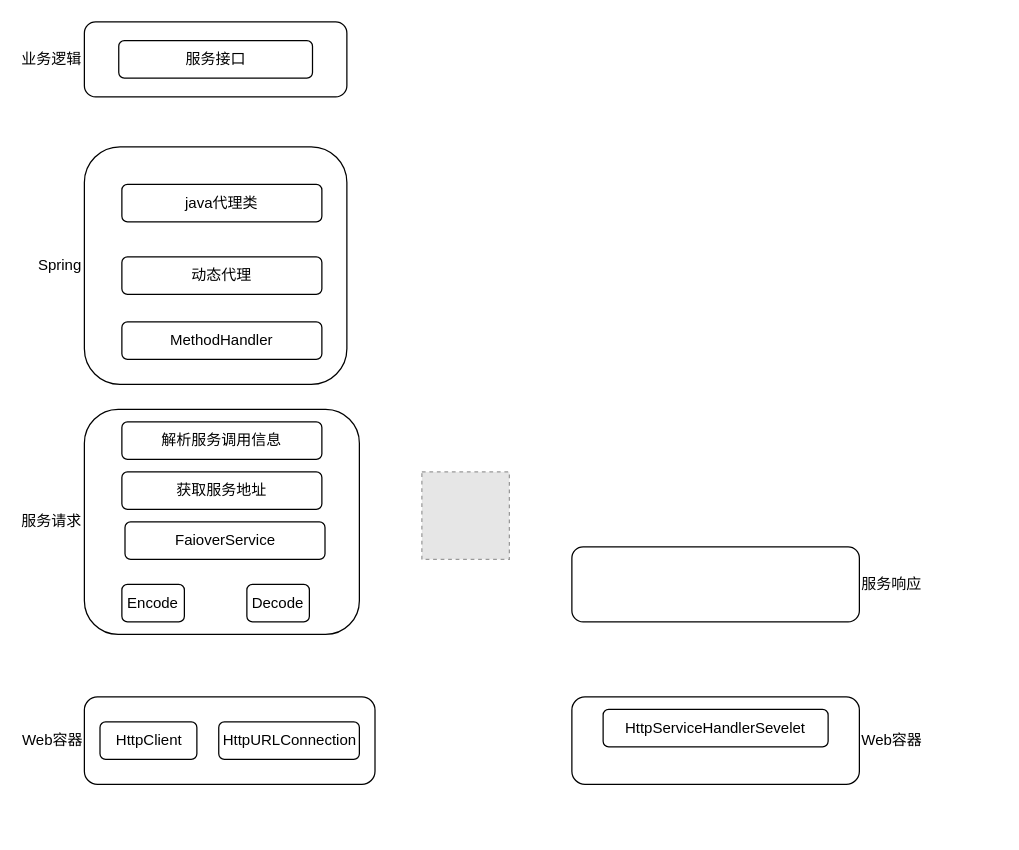
Above: page "微服务发现" (2 of 3) of uapp.drawio in jiajw0426/docsify (draw.io), before the change. Source tidied: cells renumbered, new cells numbered last; positions are measured from the earlier drawing's top-left corner, leaving out a move shared by most shapes. Both pictures are drawn from the tidied source at 125%, with x=0, y=0 at pixel (84, 21). Pictures stored in the file or linked from it are replaced by grey dashed boxes.
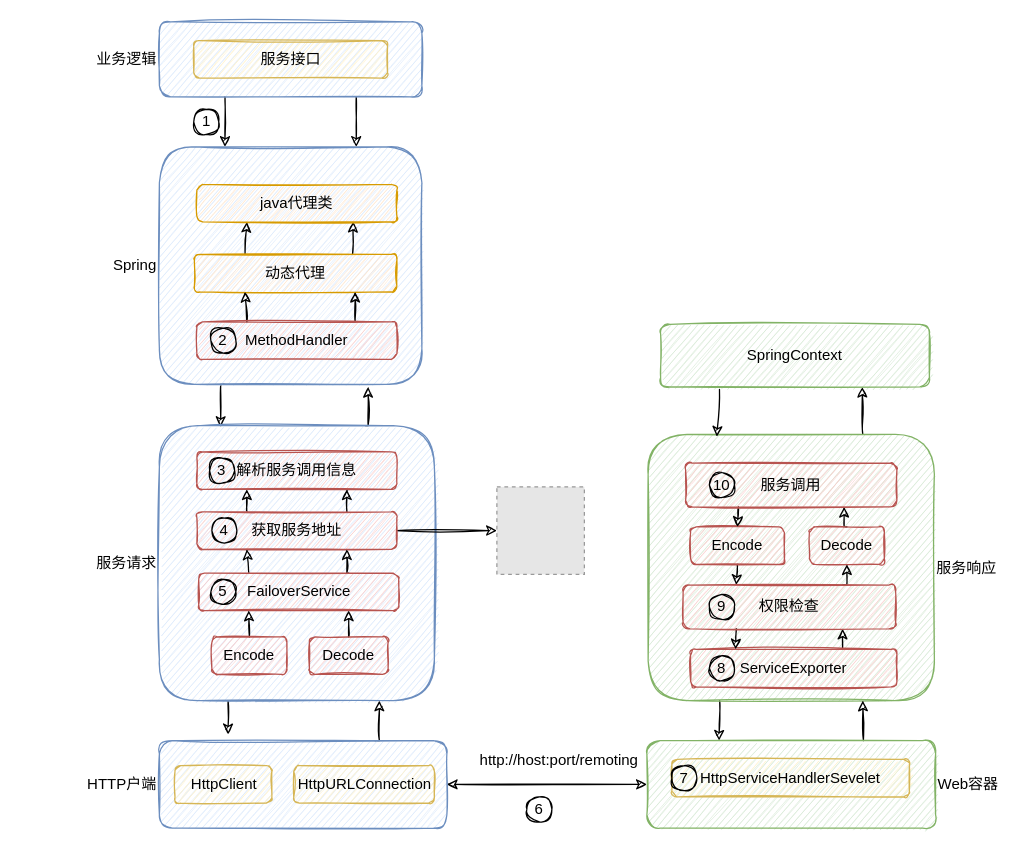
After the change.

The edit, as a diff of the source:
```diff
@@
+    <mxCell id="21" style="edgeStyle=orthogonalEdgeStyle;rounded=0;jettySize=auto;html=1;exitX=0.75;exitY=1;exitDx=0;exitDy=0;entryX=0.75;entryY=0;entryDx=0;entryDy=0;sketch=1;" parent="1" edge="1" source="2" target="3">
+      <mxGeometry relative="1" as="geometry" />
+    </mxCell>
+    <mxCell id="22" style="edgeStyle=orthogonalEdgeStyle;rounded=0;jettySize=auto;html=1;exitX=0.25;exitY=1;exitDx=0;exitDy=0;entryX=0.25;entryY=0;entryDx=0;entryDy=0;sketch=1;" parent="1" edge="1" source="2" target="3">
+      <mxGeometry relative="1" as="geometry" />
+    </mxCell>
-    <mxCell id="2" value="业务逻辑" style="rounded=1;whiteSpace=wrap;html=1;textDirection=ltr;labelPosition=left;verticalLabelPosition=middle;align=right;verticalAlign=middle;" parent="1" vertex="1">
-      <mxGeometry width="210" height="60" as="geometry" />
+    <mxCell id="2" value="业务逻辑" style="rounded=1;whiteSpace=wrap;html=1;textDirection=ltr;labelPosition=left;verticalLabelPosition=middle;align=right;verticalAlign=middle;fillColor=#dae8fc;strokeColor=#6c8ebf;sketch=1;" parent="1" vertex="1">
+      <mxGeometry x="60" width="210" height="60" as="geometry" />
     </mxCell>
+    <mxCell id="23" style="edgeStyle=orthogonalEdgeStyle;rounded=0;jettySize=auto;html=1;exitX=0.25;exitY=1;exitDx=0;exitDy=0;entryX=0.223;entryY=0.005;entryDx=0;entryDy=0;entryPerimeter=0;sketch=1;" parent="1" edge="1" source="3" target="9">
+      <mxGeometry relative="1" as="geometry" />
+    </mxCell>
-    <mxCell id="3" value="Spring" style="rounded=1;whiteSpace=wrap;html=1;labelPosition=left;verticalLabelPosition=middle;align=right;verticalAlign=middle;" parent="1" vertex="1">
-      <mxGeometry y="100" width="210" height="190" as="geometry" />
+    <mxCell id="3" value="Spring" style="rounded=1;whiteSpace=wrap;html=1;labelPosition=left;verticalLabelPosition=middle;align=right;verticalAlign=middle;fillColor=#dae8fc;strokeColor=#6c8ebf;sketch=1;" parent="1" vertex="1">
+      <mxGeometry x="60" y="100" width="210" height="190" as="geometry" />
     </mxCell>
-    <mxCell id="4" value="服务接口" style="rounded=1;whiteSpace=wrap;html=1;" parent="1" vertex="1">
-      <mxGeometry x="27.5" y="15" width="155" height="30" as="geometry" />
+    <mxCell id="4" value="服务接口" style="rounded=1;whiteSpace=wrap;html=1;fillColor=#fff2cc;strokeColor=#d6b656;sketch=1;" parent="1" vertex="1">
+      <mxGeometry x="87.5" y="15" width="155" height="30" as="geometry" />
     </mxCell>
+    <mxCell id="24" style="edgeStyle=orthogonalEdgeStyle;rounded=0;orthogonalLoop=1;jettySize=auto;html=1;exitX=0.75;exitY=0;exitDx=0;exitDy=0;entryX=0.75;entryY=1;entryDx=0;entryDy=0;startArrow=none;startFill=0;sketch=1;" parent="1" edge="1">
+      <mxGeometry relative="1" as="geometry">
+        <mxPoint x="214.5" y="186" as="sourcePoint" />
+        <mxPoint x="215" y="160" as="targetPoint" />
+      </mxGeometry>
+    </mxCell>
+    <mxCell id="25" style="edgeStyle=none;rounded=0;jettySize=auto;html=1;exitX=0.25;exitY=0;exitDx=0;exitDy=0;entryX=0.25;entryY=1;entryDx=0;entryDy=0;startArrow=none;startFill=0;sketch=1;" parent="1" edge="1" source="5" target="12">
+      <mxGeometry relative="1" as="geometry" />
+    </mxCell>
-    <mxCell id="5" value="动态代理" style="rounded=1;whiteSpace=wrap;html=1;" parent="1" vertex="1">
-      <mxGeometry x="30" y="188" width="160" height="30" as="geometry" />
+    <mxCell id="5" value="动态代理" style="rounded=1;whiteSpace=wrap;html=1;fillColor=#ffe6cc;strokeColor=#d79b00;sketch=1;" parent="1" vertex="1">
+      <mxGeometry x="88" y="186" width="162" height="30" as="geometry" />
     </mxCell>
+    <mxCell id="26" style="edgeStyle=orthogonalEdgeStyle;rounded=0;jettySize=auto;html=1;exitX=0.75;exitY=0;exitDx=0;exitDy=0;entryX=0.8;entryY=1;entryDx=0;entryDy=0;entryPerimeter=0;sketch=1;" parent="1" edge="1" source="6" target="9">
+      <mxGeometry relative="1" as="geometry" />
+    </mxCell>
+    <mxCell id="27" style="edgeStyle=orthogonalEdgeStyle;rounded=0;jettySize=auto;html=1;entryX=0;entryY=0.5;entryDx=0;entryDy=0;startArrow=classic;startFill=1;sketch=1;" parent="1" edge="1" source="6" target="11">
+      <mxGeometry relative="1" as="geometry" />
+    </mxCell>
-    <mxCell id="6" value="Web容器" style="rounded=1;whiteSpace=wrap;html=1;labelPosition=left;verticalLabelPosition=middle;align=right;verticalAlign=middle;" parent="1" vertex="1">
-      <mxGeometry y="540" width="232.5" height="70" as="geometry" />
+    <mxCell id="6" value="HTTP户端" style="rounded=1;whiteSpace=wrap;html=1;labelPosition=left;verticalLabelPosition=middle;align=right;verticalAlign=middle;fillColor=#dae8fc;strokeColor=#6c8ebf;sketch=1;" parent="1" vertex="1">
+      <mxGeometry x="60" y="575" width="230" height="70" as="geometry" />
     </mxCell>
-    <mxCell id="7" value="HttpClient" style="rounded=1;whiteSpace=wrap;html=1;" parent="1" vertex="1">
-      <mxGeometry x="12.5" y="560" width="77.5" height="30" as="geometry" />
+    <mxCell id="7" value="HttpClient" style="rounded=1;whiteSpace=wrap;html=1;fillColor=#fff2cc;strokeColor=#d6b656;sketch=1;" parent="1" vertex="1">
+      <mxGeometry x="72.5" y="595" width="77.5" height="30" as="geometry" />
     </mxCell>
-    <mxCell id="8" value="HttpURLConnection" style="rounded=1;whiteSpace=wrap;html=1;" parent="1" vertex="1">
-      <mxGeometry x="107.5" y="560" width="112.5" height="30" as="geometry" />
+    <mxCell id="8" value="HttpURLConnection" style="rounded=1;whiteSpace=wrap;html=1;fillColor=#fff2cc;strokeColor=#d6b656;sketch=1;" parent="1" vertex="1">
+      <mxGeometry x="167.5" y="595" width="112.5" height="30" as="geometry" />
     </mxCell>
+    <mxCell id="28" style="edgeStyle=orthogonalEdgeStyle;rounded=0;jettySize=auto;html=1;exitX=0.75;exitY=0;exitDx=0;exitDy=0;entryX=0.795;entryY=1.011;entryDx=0;entryDy=0;entryPerimeter=0;sketch=1;" parent="1" edge="1" source="9" target="3">
+      <mxGeometry relative="1" as="geometry" />
+    </mxCell>
+    <mxCell id="29" style="edgeStyle=orthogonalEdgeStyle;rounded=0;jettySize=auto;html=1;exitX=0.25;exitY=1;exitDx=0;exitDy=0;sketch=1;" parent="1" edge="1" source="9">
+      <mxGeometry relative="1" as="geometry">
+        <mxPoint x="115" y="570" as="targetPoint" />
+      </mxGeometry>
+    </mxCell>
-    <mxCell id="9" value="服务请求" style="rounded=1;whiteSpace=wrap;html=1;labelPosition=left;verticalLabelPosition=middle;align=right;verticalAlign=middle;" parent="1" vertex="1">
-      <mxGeometry y="310" width="220" height="180" as="geometry" />
+    <mxCell id="9" value="服务请求" style="rounded=1;whiteSpace=wrap;html=1;labelPosition=left;verticalLabelPosition=middle;align=right;verticalAlign=middle;fillColor=#dae8fc;strokeColor=#6c8ebf;sketch=1;" parent="1" vertex="1">
+      <mxGeometry x="60" y="323" width="220" height="220" as="geometry" />
     </mxCell>
+    <mxCell id="30" style="edgeStyle=orthogonalEdgeStyle;rounded=0;jettySize=auto;html=1;exitX=0.75;exitY=0;exitDx=0;exitDy=0;entryX=0.75;entryY=1;entryDx=0;entryDy=0;startArrow=none;startFill=0;sketch=1;" parent="1" edge="1" source="10" target="50">
+      <mxGeometry relative="1" as="geometry" />
+    </mxCell>
+    <mxCell id="31" style="edgeStyle=none;rounded=0;jettySize=auto;html=1;exitX=0.25;exitY=1;exitDx=0;exitDy=0;entryX=0.25;entryY=0;entryDx=0;entryDy=0;startArrow=none;startFill=0;sketch=1;" parent="1" edge="1" source="10" target="11">
+      <mxGeometry relative="1" as="geometry" />
+    </mxCell>
-    <mxCell id="10" value="服务响应" style="rounded=1;whiteSpace=wrap;html=1;labelPosition=right;verticalLabelPosition=middle;align=left;verticalAlign=middle;" parent="1" vertex="1">
-      <mxGeometry x="390" y="420" width="230" height="60" as="geometry" />
+    <mxCell id="10" value="服务响应" style="rounded=1;whiteSpace=wrap;html=1;labelPosition=right;verticalLabelPosition=middle;align=left;verticalAlign=middle;fillColor=#d5e8d4;strokeColor=#82b366;sketch=1;" parent="1" vertex="1">
+      <mxGeometry x="451" y="330" width="229" height="213" as="geometry" />
     </mxCell>
+    <mxCell id="32" style="edgeStyle=none;rounded=0;jettySize=auto;html=1;exitX=0.75;exitY=0;exitDx=0;exitDy=0;entryX=0.75;entryY=1;entryDx=0;entryDy=0;startArrow=none;startFill=0;sketch=1;" parent="1" edge="1" source="11" target="10">
+      <mxGeometry relative="1" as="geometry" />
+    </mxCell>
-    <mxCell id="11" value="Web容器" style="rounded=1;whiteSpace=wrap;html=1;labelPosition=right;verticalLabelPosition=middle;align=left;verticalAlign=middle;" parent="1" vertex="1">
-      <mxGeometry x="390" y="540" width="230" height="70" as="geometry" />
+    <mxCell id="11" value="Web容器" style="rounded=1;whiteSpace=wrap;html=1;labelPosition=right;verticalLabelPosition=middle;align=left;verticalAlign=middle;fillColor=#d5e8d4;strokeColor=#82b366;sketch=1;" parent="1" vertex="1">
+      <mxGeometry x="450" y="575" width="231" height="70" as="geometry" />
     </mxCell>
-    <mxCell id="12" value="java代理类" style="rounded=1;whiteSpace=wrap;html=1;" parent="1" vertex="1">
-      <mxGeometry x="30" y="130" width="160" height="30" as="geometry" />
+    <mxCell id="12" value="java代理类" style="rounded=1;whiteSpace=wrap;html=1;fillColor=#ffe6cc;strokeColor=#d79b00;sketch=1;" parent="1" vertex="1">
+      <mxGeometry x="90" y="130" width="160" height="30" as="geometry" />
     </mxCell>
+    <mxCell id="33" style="edgeStyle=orthogonalEdgeStyle;rounded=0;jettySize=auto;html=1;exitX=0.75;exitY=0;exitDx=0;exitDy=0;entryX=0.794;entryY=1;entryDx=0;entryDy=0;entryPerimeter=0;startArrow=none;startFill=0;sketch=1;" parent="1" edge="1" source="13" target="5">
+      <mxGeometry relative="1" as="geometry" />
+    </mxCell>
+    <mxCell id="34" style="edgeStyle=none;rounded=0;jettySize=auto;html=1;exitX=0.25;exitY=0;exitDx=0;exitDy=0;entryX=0.25;entryY=1;entryDx=0;entryDy=0;startArrow=none;startFill=0;sketch=1;" parent="1" edge="1" source="13" target="5">
+      <mxGeometry relative="1" as="geometry" />
+    </mxCell>
-    <mxCell id="13" value="MethodHandler" style="rounded=1;whiteSpace=wrap;html=1;" parent="1" vertex="1">
-      <mxGeometry x="30" y="240" width="160" height="30" as="geometry" />
+    <mxCell id="13" value="MethodHandler" style="rounded=1;whiteSpace=wrap;html=1;fillColor=#f8cecc;strokeColor=#b85450;sketch=1;" parent="1" vertex="1">
+      <mxGeometry x="90" y="240" width="160" height="30" as="geometry" />
     </mxCell>
     <mxCell id="14" style="fillColor=#E6E6E6;strokeColor=#999999;dashed=1;verticalLabelPosition=bottom;labelBackgroundColor=default;verticalAlign=top;" parent="1" vertex="1">
-      <mxGeometry x="270" y="360" width="70" height="70" as="geometry" />
+      <mxGeometry x="330" y="372" width="70" height="70" as="geometry" />
     </mxCell>
-    <mxCell id="15" value="解析服务调用信息" style="rounded=1;whiteSpace=wrap;html=1;" parent="1" vertex="1">
-      <mxGeometry x="30" y="320" width="160" height="30" as="geometry" />
+    <mxCell id="15" value="解析服务调用信息" style="rounded=1;whiteSpace=wrap;html=1;fillColor=#f8cecc;strokeColor=#b85450;sketch=1;" parent="1" vertex="1">
+      <mxGeometry x="90" y="344" width="160" height="30" as="geometry" />
     </mxCell>
+    <mxCell id="35" style="edgeStyle=orthogonalEdgeStyle;rounded=0;jettySize=auto;html=1;exitX=0.75;exitY=0;exitDx=0;exitDy=0;entryX=0.75;entryY=1;entryDx=0;entryDy=0;startArrow=none;startFill=0;sketch=1;" parent="1" edge="1" source="16" target="15">
+      <mxGeometry relative="1" as="geometry" />
+    </mxCell>
+    <mxCell id="36" style="edgeStyle=orthogonalEdgeStyle;rounded=0;jettySize=auto;html=1;exitX=1;exitY=0.5;exitDx=0;exitDy=0;entryX=0;entryY=0.5;entryDx=0;entryDy=0;startArrow=none;startFill=0;sketch=1;" parent="1" edge="1" source="16" target="14">
+      <mxGeometry relative="1" as="geometry" />
+    </mxCell>
+    <mxCell id="37" style="edgeStyle=none;rounded=0;jettySize=auto;html=1;exitX=0.25;exitY=0;exitDx=0;exitDy=0;entryX=0.25;entryY=1;entryDx=0;entryDy=0;startArrow=none;startFill=0;sketch=1;" parent="1" edge="1" source="16" target="15">
+      <mxGeometry relative="1" as="geometry" />
+    </mxCell>
-    <mxCell id="16" value="获取服务地址" style="rounded=1;whiteSpace=wrap;html=1;" parent="1" vertex="1">
-      <mxGeometry x="30" y="360" width="160" height="30" as="geometry" />
+    <mxCell id="16" value="获取服务地址" style="rounded=1;whiteSpace=wrap;html=1;fillColor=#f8cecc;strokeColor=#b85450;sketch=1;" parent="1" vertex="1">
+      <mxGeometry x="90" y="392" width="160" height="30" as="geometry" />
     </mxCell>
+    <mxCell id="38" style="edgeStyle=orthogonalEdgeStyle;rounded=0;jettySize=auto;html=1;exitX=0.75;exitY=0;exitDx=0;exitDy=0;entryX=0.75;entryY=1;entryDx=0;entryDy=0;startArrow=none;startFill=0;sketch=1;" parent="1" edge="1" source="17" target="16">
+      <mxGeometry relative="1" as="geometry" />
+    </mxCell>
+    <mxCell id="39" style="edgeStyle=none;rounded=0;jettySize=auto;html=1;exitX=0.25;exitY=0;exitDx=0;exitDy=0;entryX=0.25;entryY=1;entryDx=0;entryDy=0;startArrow=none;startFill=0;sketch=1;" parent="1" edge="1" source="17" target="16">
+      <mxGeometry relative="1" as="geometry" />
+    </mxCell>
-    <mxCell id="17" value="FaioverService" style="rounded=1;whiteSpace=wrap;html=1;labelPosition=center;verticalLabelPosition=middle;align=center;verticalAlign=middle;" parent="1" vertex="1">
-      <mxGeometry x="32.5" y="400" width="160" height="30" as="geometry" />
+    <mxCell id="17" value="FailoverService" style="rounded=1;whiteSpace=wrap;html=1;labelPosition=center;verticalLabelPosition=middle;align=center;verticalAlign=middle;fillColor=#f8cecc;strokeColor=#b85450;sketch=1;" parent="1" vertex="1">
+      <mxGeometry x="91.5" y="441" width="160" height="30" as="geometry" />
     </mxCell>
+    <mxCell id="40" style="edgeStyle=none;rounded=0;jettySize=auto;html=1;exitX=0.5;exitY=1;exitDx=0;exitDy=0;entryX=0.25;entryY=0;entryDx=0;entryDy=0;startArrow=none;startFill=0;sketch=1;" parent="1" edge="1" source="18" target="46">
+      <mxGeometry relative="1" as="geometry" />
+    </mxCell>
-    <mxCell id="18" value="Encode" style="rounded=1;whiteSpace=wrap;html=1;labelPosition=center;verticalLabelPosition=middle;align=center;verticalAlign=middle;" parent="1" vertex="1">
-      <mxGeometry x="30" y="450" width="50" height="30" as="geometry" />
+    <mxCell id="18" value="Encode" style="rounded=1;whiteSpace=wrap;html=1;labelPosition=center;verticalLabelPosition=middle;align=center;verticalAlign=middle;fillColor=#f8cecc;strokeColor=#b85450;sketch=1;" parent="1" vertex="1">
+      <mxGeometry x="485" y="404" width="75" height="30" as="geometry" />
     </mxCell>
+    <mxCell id="41" style="edgeStyle=orthogonalEdgeStyle;rounded=0;jettySize=auto;html=1;exitX=0.5;exitY=0;exitDx=0;exitDy=0;entryX=0.75;entryY=1;entryDx=0;entryDy=0;startArrow=none;startFill=0;sketch=1;" parent="1" edge="1" source="19" target="17">
+      <mxGeometry relative="1" as="geometry" />
+    </mxCell>
-    <mxCell id="19" value="Decode" style="rounded=1;whiteSpace=wrap;html=1;labelPosition=center;verticalLabelPosition=middle;align=center;verticalAlign=middle;" parent="1" vertex="1">
-      <mxGeometry x="130" y="450" width="50" height="30" as="geometry" />
+    <mxCell id="19" value="Decode" style="rounded=1;whiteSpace=wrap;html=1;labelPosition=center;verticalLabelPosition=middle;align=center;verticalAlign=middle;fillColor=#f8cecc;strokeColor=#b85450;sketch=1;" parent="1" vertex="1">
+      <mxGeometry x="180" y="492" width="63" height="30" as="geometry" />
     </mxCell>
-    <mxCell id="20" value="HttpServiceHandlerSevelet" style="rounded=1;whiteSpace=wrap;html=1;" parent="1" vertex="1">
-      <mxGeometry x="415" y="550" width="180" height="30" as="geometry" />
+    <mxCell id="20" value="HttpServiceHandlerSevelet" style="rounded=1;whiteSpace=wrap;html=1;fillColor=#fff2cc;strokeColor=#d6b656;sketch=1;" parent="1" vertex="1">
+      <mxGeometry x="470" y="590" width="190" height="30" as="geometry" />
     </mxCell>
+    <mxCell id="42" style="edgeStyle=orthogonalEdgeStyle;rounded=0;jettySize=auto;html=1;exitX=0.75;exitY=0;exitDx=0;exitDy=0;entryX=0.75;entryY=1;entryDx=0;entryDy=0;startArrow=none;startFill=0;sketch=1;" parent="1" edge="1" source="43" target="46">
+      <mxGeometry relative="1" as="geometry" />
+    </mxCell>
+    <mxCell id="43" value="ServiceExporter" style="rounded=1;whiteSpace=wrap;html=1;fillColor=#f8cecc;strokeColor=#b85450;sketch=1;" parent="1" vertex="1">
+      <mxGeometry x="485" y="502" width="165" height="30" as="geometry" />
+    </mxCell>
+    <mxCell id="44" style="edgeStyle=orthogonalEdgeStyle;rounded=0;jettySize=auto;html=1;exitX=0.75;exitY=0;exitDx=0;exitDy=0;entryX=0.5;entryY=1;entryDx=0;entryDy=0;startArrow=none;startFill=0;sketch=1;" parent="1" edge="1" source="46" target="48">
+      <mxGeometry relative="1" as="geometry" />
+    </mxCell>
+    <mxCell id="45" style="edgeStyle=none;rounded=0;jettySize=auto;html=1;exitX=0.25;exitY=1;exitDx=0;exitDy=0;entryX=0.218;entryY=0;entryDx=0;entryDy=0;entryPerimeter=0;startArrow=none;startFill=0;sketch=1;" parent="1" edge="1" source="46" target="43">
+      <mxGeometry relative="1" as="geometry" />
+    </mxCell>
+    <mxCell id="46" value="权限检查" style="rounded=1;whiteSpace=wrap;html=1;fillColor=#f8cecc;strokeColor=#b85450;sketch=1;" parent="1" vertex="1">
+      <mxGeometry x="479" y="450.5" width="170" height="35" as="geometry" />
+    </mxCell>
+    <mxCell id="47" style="edgeStyle=orthogonalEdgeStyle;rounded=0;jettySize=auto;html=1;exitX=0.5;exitY=0;exitDx=0;exitDy=0;entryX=0.75;entryY=1;entryDx=0;entryDy=0;startArrow=none;startFill=0;sketch=1;" parent="1" edge="1" source="48" target="52">
+      <mxGeometry relative="1" as="geometry" />
+    </mxCell>
+    <mxCell id="48" value="Decode" style="rounded=1;whiteSpace=wrap;html=1;labelPosition=center;verticalLabelPosition=middle;align=center;verticalAlign=middle;fillColor=#f8cecc;strokeColor=#b85450;sketch=1;" parent="1" vertex="1">
+      <mxGeometry x="580" y="404" width="60" height="30" as="geometry" />
+    </mxCell>
+    <mxCell id="49" style="rounded=0;jettySize=auto;html=1;exitX=0.219;exitY=1.04;exitDx=0;exitDy=0;startArrow=none;startFill=0;entryX=0.284;entryY=0.009;entryDx=0;entryDy=0;entryPerimeter=0;sketch=1;exitPerimeter=0;" parent="1" edge="1" source="50">
+      <mxGeometry relative="1" as="geometry">
+        <mxPoint x="506" y="331.9" as="targetPoint" />
+      </mxGeometry>
+    </mxCell>
+    <mxCell id="50" value="SpringContext" style="rounded=1;whiteSpace=wrap;html=1;labelPosition=center;verticalLabelPosition=middle;align=center;verticalAlign=middle;fillColor=#d5e8d4;strokeColor=#82b366;sketch=1;" parent="1" vertex="1">
+      <mxGeometry x="461" y="242" width="215" height="50" as="geometry" />
+    </mxCell>
+    <mxCell id="51" style="edgeStyle=none;rounded=0;jettySize=auto;html=1;exitX=0.25;exitY=1;exitDx=0;exitDy=0;entryX=0.5;entryY=0;entryDx=0;entryDy=0;startArrow=none;startFill=0;sketch=1;" parent="1" edge="1" source="52" target="18">
+      <mxGeometry relative="1" as="geometry" />
+    </mxCell>
+    <mxCell id="52" value="服务调用" style="rounded=1;whiteSpace=wrap;html=1;fillColor=#f8cecc;strokeColor=#b85450;sketch=1;" parent="1" vertex="1">
+      <mxGeometry x="481" y="353" width="169" height="35" as="geometry" />
+    </mxCell>
+    <mxCell id="53" style="edgeStyle=none;rounded=0;jettySize=auto;html=1;exitX=0.5;exitY=0;exitDx=0;exitDy=0;entryX=0.25;entryY=1;entryDx=0;entryDy=0;startArrow=none;startFill=0;sketch=1;" parent="1" edge="1" source="54" target="17">
+      <mxGeometry relative="1" as="geometry" />
+    </mxCell>
+    <mxCell id="54" value="Encode" style="rounded=1;whiteSpace=wrap;html=1;labelPosition=center;verticalLabelPosition=middle;align=center;verticalAlign=middle;fillColor=#f8cecc;strokeColor=#b85450;sketch=1;" parent="1" vertex="1">
+      <mxGeometry x="102" y="492" width="60" height="30" as="geometry" />
+    </mxCell>
+    <mxCell id="55" value="2" style="text;html=1;strokeColor=default;fillColor=none;align=center;verticalAlign=middle;whiteSpace=wrap;rounded=1;sketch=1;shadow=0;absoluteArcSize=1;arcSize=25;fillOpacity=100;" parent="1" vertex="1">
+      <mxGeometry x="101.2" y="245" width="20" height="20" as="geometry" />
+    </mxCell>
+    <mxCell id="56" value="1" style="text;html=1;strokeColor=default;fillColor=none;align=center;verticalAlign=middle;whiteSpace=wrap;rounded=1;sketch=1;shadow=0;absoluteArcSize=1;arcSize=25;fillOpacity=100;" parent="1" vertex="1">
+      <mxGeometry x="87.5" y="70" width="20" height="20" as="geometry" />
+    </mxCell>
+    <mxCell id="57" value="http://host:port/remoting" style="text;html=1;strokeColor=none;fillColor=none;align=center;verticalAlign=middle;whiteSpace=wrap;rounded=0;shadow=0;sketch=1;" parent="1" vertex="1">
+      <mxGeometry x="340" y="576" width="80" height="30" as="geometry" />
+    </mxCell>
+    <mxCell id="58" value="3" style="text;html=1;strokeColor=default;fillColor=none;align=center;verticalAlign=middle;whiteSpace=wrap;rounded=1;sketch=1;shadow=0;absoluteArcSize=1;arcSize=25;fillOpacity=100;" parent="1" vertex="1">
+      <mxGeometry x="100.2" y="349" width="20" height="20" as="geometry" />
+    </mxCell>
+    <mxCell id="59" value="4" style="text;html=1;strokeColor=default;fillColor=none;align=center;verticalAlign=middle;whiteSpace=wrap;rounded=1;sketch=1;shadow=0;absoluteArcSize=1;arcSize=25;fillOpacity=100;" parent="1" vertex="1">
+      <mxGeometry x="102" y="397" width="20" height="20" as="geometry" />
+    </mxCell>
+    <mxCell id="60" value="5" style="text;html=1;strokeColor=default;fillColor=none;align=center;verticalAlign=middle;whiteSpace=wrap;rounded=1;sketch=1;shadow=0;absoluteArcSize=1;arcSize=25;fillOpacity=100;" parent="1" vertex="1">
+      <mxGeometry x="101.2" y="446" width="20" height="20" as="geometry" />
+    </mxCell>
+    <mxCell id="61" value="6" style="text;html=1;strokeColor=default;fillColor=none;align=center;verticalAlign=middle;whiteSpace=wrap;rounded=1;sketch=1;shadow=0;absoluteArcSize=1;arcSize=25;fillOpacity=100;" parent="1" vertex="1">
+      <mxGeometry x="354" y="620" width="20" height="20" as="geometry" />
+    </mxCell>
+    <mxCell id="62" value="7" style="text;html=1;strokeColor=default;fillColor=none;align=center;verticalAlign=middle;whiteSpace=wrap;rounded=1;sketch=1;shadow=0;absoluteArcSize=1;arcSize=25;fillOpacity=100;" parent="1" vertex="1">
+      <mxGeometry x="470" y="595" width="20" height="20" as="geometry" />
+    </mxCell>
+    <mxCell id="63" value="8" style="text;html=1;strokeColor=default;fillColor=none;align=center;verticalAlign=middle;whiteSpace=wrap;rounded=1;sketch=1;shadow=0;absoluteArcSize=1;arcSize=25;fillOpacity=100;" parent="1" vertex="1">
+      <mxGeometry x="500" y="507" width="20" height="20" as="geometry" />
+    </mxCell>
+    <mxCell id="64" value="9" style="text;html=1;strokeColor=default;fillColor=none;align=center;verticalAlign=middle;whiteSpace=wrap;rounded=1;sketch=1;shadow=0;absoluteArcSize=1;arcSize=25;fillOpacity=100;" parent="1" vertex="1">
+      <mxGeometry x="500" y="458" width="20" height="20" as="geometry" />
+    </mxCell>
+    <mxCell id="65" value="10" style="text;html=1;strokeColor=default;fillColor=none;align=center;verticalAlign=middle;whiteSpace=wrap;rounded=1;sketch=1;shadow=0;absoluteArcSize=1;arcSize=25;fillOpacity=100;" parent="1" vertex="1">
+      <mxGeometry x="500" y="360.5" width="20" height="20" as="geometry" />
+    </mxCell>
```
